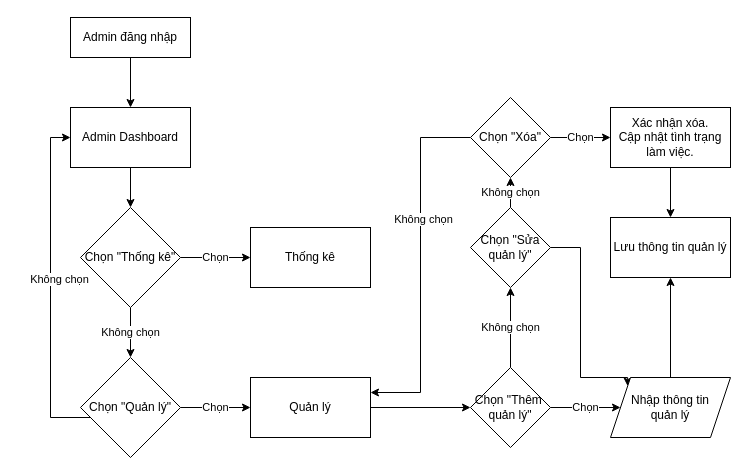
Earlier version of the draw.io diagram Report2_System_Design/GCF Charts/GCF_Admin.drawio (baolongnguyenmac/CinemaManagementSystem). Source tidied: cells renumbered, new cells numbered last; positions are measured from the earlier drawing's top-left corner, leaving out a move shared by most shapes. Both pictures are drawn from the tidied source at 100%, with x=0, y=0 at pixel (50, 17).
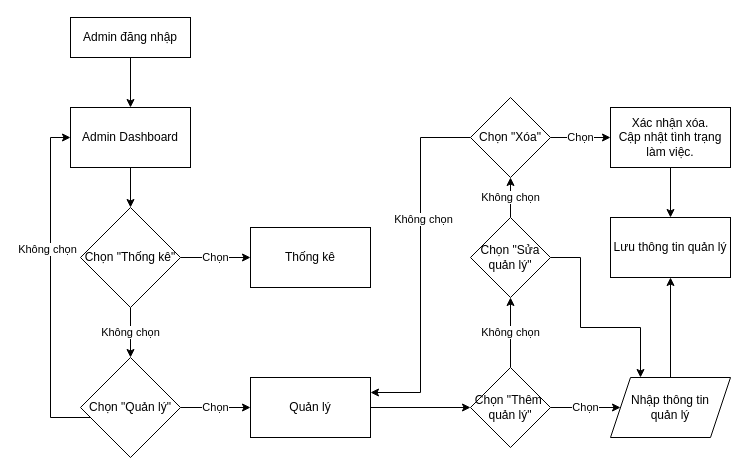
The same page after the edit.

The change refers to these unchanged cells:
```xml
<mxCell id="11" style="edgeStyle=orthogonalEdgeStyle;rounded=0;jettySize=auto;html=1;entryX=0;entryY=0.5;entryDx=0;entryDy=0;" parent="1" edge="1" source="13" target="5">
  <mxGeometry relative="1" as="geometry">
    <Array as="points">
      <mxPoint x="80" y="400" />
      <mxPoint y="400" />
      <mxPoint y="120" />
    </Array>
  </mxGeometry>
</mxCell>
<mxCell id="27" value="Nhập thông tin &lt;br&gt;quản lý" style="shape=parallelogram;perimeter=parallelogramPerimeter;whiteSpace=wrap;html=1;fixedSize=1;" parent="1" vertex="1">
  <mxGeometry x="560" y="360" width="120" height="60" as="geometry" />
</mxCell>
```

The edit, as a diff of the source:
```diff
@@
     <mxCell id="12" value="Không chọn" style="edgeLabel;html=1;align=center;verticalAlign=middle;" parent="11" vertex="1">
-      <mxGeometry x="0.05" y="-8" relative="1" as="geometry" />
+      <mxGeometry x="0.05" y="-8" relative="1" as="geometry">
+        <mxPoint x="-12" y="-30" as="offset" />
+      </mxGeometry>
     </mxCell>
@@
-    <mxCell id="20" style="edgeStyle=orthogonalEdgeStyle;rounded=0;jettySize=auto;html=1;entryX=0;entryY=0;entryDx=0;entryDy=0;" parent="1" edge="1" source="21" target="27">
+    <mxCell id="20" style="edgeStyle=orthogonalEdgeStyle;rounded=0;jettySize=auto;html=1;entryX=0.25;entryY=0;entryDx=0;entryDy=0;exitX=1;exitY=0.5;exitDx=0;exitDy=0;" parent="1" edge="1" source="21" target="27">
       <mxGeometry relative="1" as="geometry">
         <Array as="points">
-          <mxPoint x="530" y="230" />
-          <mxPoint x="530" y="360" />
-          <mxPoint x="577" y="360" />
+          <mxPoint x="530" y="240" />
+          <mxPoint x="530" y="310" />
+          <mxPoint x="590" y="310" />
         </Array>
       </mxGeometry>
     </mxCell>
     <mxCell id="21" value="Chọn &quot;Sửa quản lý&quot;" style="rhombus;whiteSpace=wrap;html=1;" parent="1" vertex="1">
-      <mxGeometry x="420" y="190" width="80" height="80" as="geometry" />
+      <mxGeometry x="420" y="200" width="80" height="80" as="geometry" />
     </mxCell>
```
